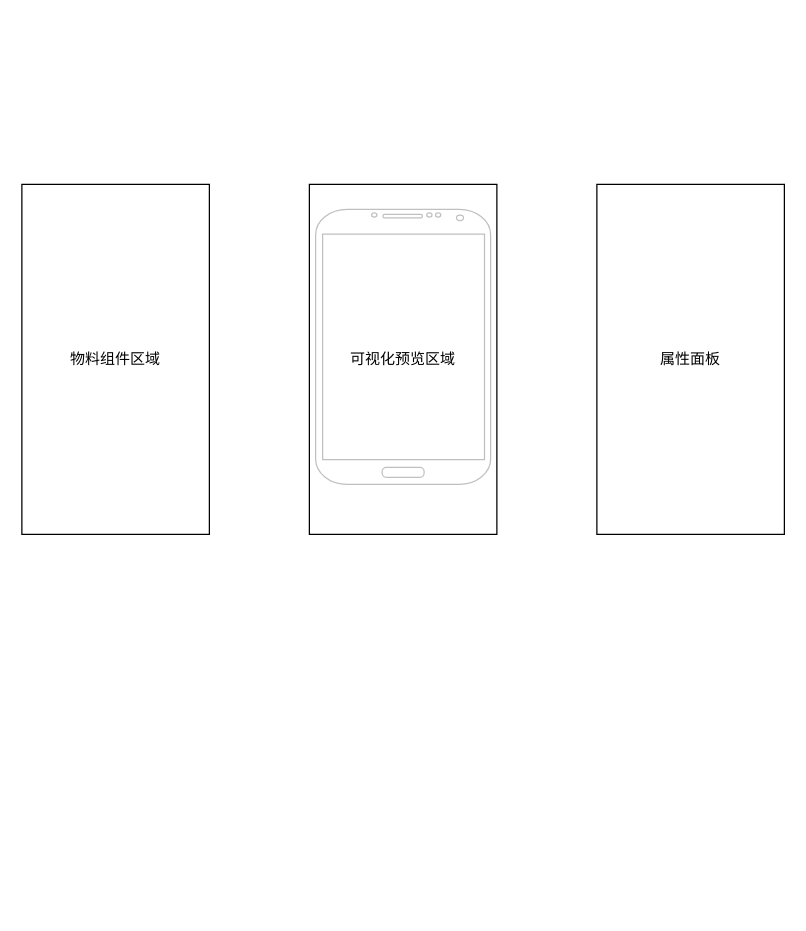
yuxinyu12345/diagrams keeps this draw.io diagram as 平台设计图.drawio. Above is the earlier version. Source tidied: cells renumbered, new cells numbered last; positions are measured from the earlier drawing's top-left corner, leaving out a move shared by most shapes. Both pictures are drawn from the tidied source at 125%, with x=0, y=0 at pixel (21, 184).
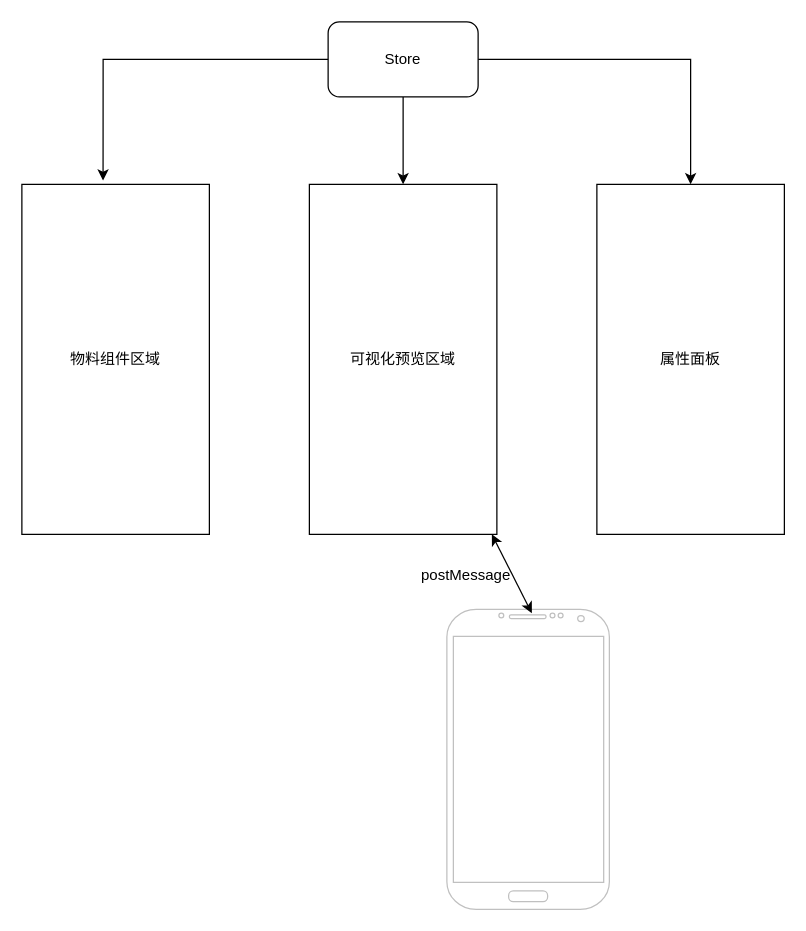
The same page after the edit.

Commit message (it also covers changes not shown here):
更新平台设计图.drawio

What changed in the source:
```diff
@@
 <mxGraphModel>
   <root>
     <mxCell id="0" />
     <mxCell id="1" parent="0" />
     <mxCell id="2" value="物料组件区域" style="rounded=0;whiteSpace=wrap;html=1;" parent="1" vertex="1">
       <mxGeometry width="150" height="280" as="geometry" />
     </mxCell>
     <mxCell id="3" value="可视化预览区域" style="rounded=0;whiteSpace=wrap;html=1;" parent="1" vertex="1">
       <mxGeometry x="230" width="150" height="280" as="geometry" />
     </mxCell>
     <mxCell id="4" value="属性面板" style="rounded=0;whiteSpace=wrap;html=1;" parent="1" vertex="1">
       <mxGeometry x="460" width="150" height="280" as="geometry" />
     </mxCell>
-    <mxCell id="5" style="verticalLabelPosition=bottom;verticalAlign=top;html=1;shadow=0;dashed=0;strokeWidth=1;shape=mxgraph.android.phone2;strokeColor=#c0c0c0;" parent="1" vertex="1">
-      <mxGeometry x="235" y="20" width="140" height="220" as="geometry" />
-    </mxCell>
+    <mxCell id="6" style="verticalLabelPosition=bottom;verticalAlign=top;html=1;shadow=0;dashed=0;strokeWidth=1;shape=mxgraph.android.phone2;strokeColor=#c0c0c0;" parent="1" vertex="1">
+      <mxGeometry x="340" y="340" width="130" height="240" as="geometry" />
+    </mxCell>
+    <mxCell id="7" style="endArrow=classic;startArrow=classic;html=1;rounded=0;exitX=0.523;exitY=0.013;exitDx=0;exitDy=0;exitPerimeter=0;" parent="1" edge="1" source="6" target="3">
+      <mxGeometry relative="1" as="geometry" />
+    </mxCell>
+    <mxCell id="8" value="postMessage" style="text;html=1;align=center;verticalAlign=middle;strokeColor=none;fillColor=none;" parent="1" vertex="1">
+      <mxGeometry x="310" y="298" width="90" height="30" as="geometry" />
+    </mxCell>
+    <mxCell id="9" style="edgeStyle=orthogonalEdgeStyle;rounded=0;jettySize=auto;html=1;exitX=1;exitY=0.5;exitDx=0;exitDy=0;entryX=0.5;entryY=0;entryDx=0;entryDy=0;" parent="1" edge="1" source="11" target="4">
+      <mxGeometry relative="1" as="geometry" />
+    </mxCell>
+    <mxCell id="10" style="edgeStyle=orthogonalEdgeStyle;rounded=0;jettySize=auto;html=1;exitX=0.5;exitY=1;exitDx=0;exitDy=0;" parent="1" edge="1" source="11" target="3">
+      <mxGeometry relative="1" as="geometry" />
+    </mxCell>
+    <mxCell id="11" value="Store" style="rounded=1;whiteSpace=wrap;html=1;" parent="1" vertex="1">
+      <mxGeometry x="245" y="-130" width="120" height="60" as="geometry" />
+    </mxCell>
+    <mxCell id="12" style="edgeStyle=orthogonalEdgeStyle;rounded=0;jettySize=auto;html=1;exitX=0;exitY=0.5;exitDx=0;exitDy=0;entryX=0.433;entryY=-0.011;entryDx=0;entryDy=0;entryPerimeter=0;" parent="1" edge="1" source="11" target="2">
+      <mxGeometry relative="1" as="geometry" />
+    </mxCell>
   </root>
 </mxGraphModel>
```
